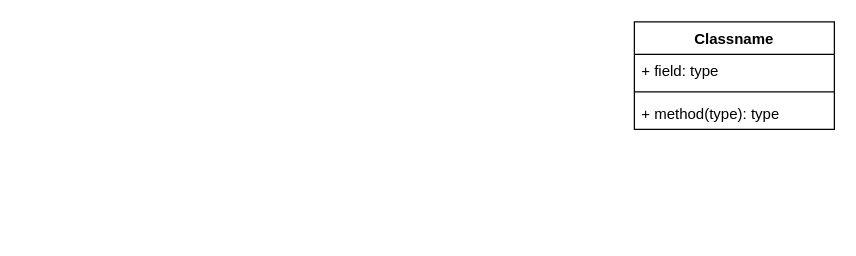
clementblassiau/aggregate-exposure-modelling keeps this draw.io diagram as Diagramme sans nom.drawio. Above is the earlier version. Source tidied: cells renumbered, new cells numbered last; positions are measured from the earlier drawing's top-left corner, leaving out a move shared by most shapes. Both pictures are drawn from the tidied source at 125%, with x=0, y=0 at pixel (634, 21).
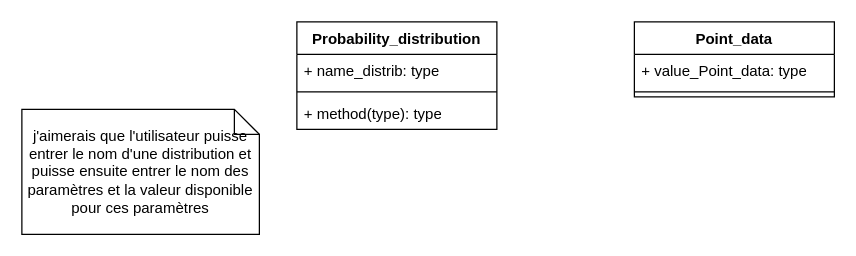
The same page after the edit.

Commit message (it also covers changes not shown here):
Mettre à jour Diagramme sans nom.drawio

The edit, as a diff of the source:
```diff
@@
 <mxGraphModel>
   <root>
     <mxCell id="0" />
     <mxCell id="1" parent="0" />
-    <mxCell id="2" value="Classname" style="swimlane;fontStyle=1;align=center;verticalAlign=top;horizontal=1;startSize=26;whiteSpace=wrap;html=1;" parent="1" vertex="1">
-      <mxGeometry width="160" height="86" as="geometry" />
+    <mxCell id="2" value="Point_data" style="swimlane;fontStyle=1;align=center;verticalAlign=top;horizontal=1;startSize=26;whiteSpace=wrap;html=1;" parent="1" vertex="1">
+      <mxGeometry width="160" height="60" as="geometry" />
     </mxCell>
-    <mxCell id="3" value="+ field: type" style="text;strokeColor=none;fillColor=none;align=left;verticalAlign=top;spacingLeft=4;spacingRight=4;overflow=hidden;whiteSpace=wrap;html=1;" parent="2" vertex="1">
+    <mxCell id="3" value="+ value_Point_data: type" style="text;strokeColor=none;fillColor=none;align=left;verticalAlign=top;spacingLeft=4;spacingRight=4;overflow=hidden;whiteSpace=wrap;html=1;" parent="2" vertex="1">
       <mxGeometry y="26" width="160" height="26" as="geometry" />
     </mxCell>
     <mxCell id="4" style="line;strokeWidth=1;fillColor=none;align=left;verticalAlign=middle;spacingTop=-1;spacingLeft=3;spacingRight=3;labelPosition=right;strokeColor=inherit;" parent="2" vertex="1">
       <mxGeometry y="52" width="160" height="8" as="geometry" />
     </mxCell>
+    <mxCell id="6" value="Probability_distribution" style="swimlane;fontStyle=1;align=center;verticalAlign=top;horizontal=1;startSize=26;whiteSpace=wrap;html=1;" parent="1" vertex="1">
+      <mxGeometry x="-270" width="160" height="86" as="geometry" />
+    </mxCell>
+    <mxCell id="7" value="+ name_distrib: type" style="text;strokeColor=none;fillColor=none;align=left;verticalAlign=top;spacingLeft=4;spacingRight=4;overflow=hidden;whiteSpace=wrap;html=1;" parent="6" vertex="1">
+      <mxGeometry y="26" width="160" height="26" as="geometry" />
+    </mxCell>
+    <mxCell id="8" style="line;strokeWidth=1;fillColor=none;align=left;verticalAlign=middle;spacingTop=-1;spacingLeft=3;spacingRight=3;labelPosition=right;strokeColor=inherit;" parent="6" vertex="1">
+      <mxGeometry y="52" width="160" height="8" as="geometry" />
+    </mxCell>
-    <mxCell id="5" value="+ method(type): type" style="text;strokeColor=none;fillColor=none;align=left;verticalAlign=top;spacingLeft=4;spacingRight=4;overflow=hidden;whiteSpace=wrap;html=1;" parent="2" vertex="1">
+    <mxCell id="5" value="+ method(type): type" style="text;strokeColor=none;fillColor=none;align=left;verticalAlign=top;spacingLeft=4;spacingRight=4;overflow=hidden;whiteSpace=wrap;html=1;" parent="6" vertex="1">
       <mxGeometry y="60" width="160" height="26" as="geometry" />
     </mxCell>
+    <mxCell id="9" value="j'aimerais que l'utilisateur puisse entrer le nom d'une distribution et puisse ensuite entrer le nom des paramètres et la valeur disponible pour ces paramètres" style="shape=note;size=20;whiteSpace=wrap;html=1;" parent="1" vertex="1">
+      <mxGeometry x="-490" y="70" width="190" height="100" as="geometry" />
+    </mxCell>
   </root>
 </mxGraphModel>
```
